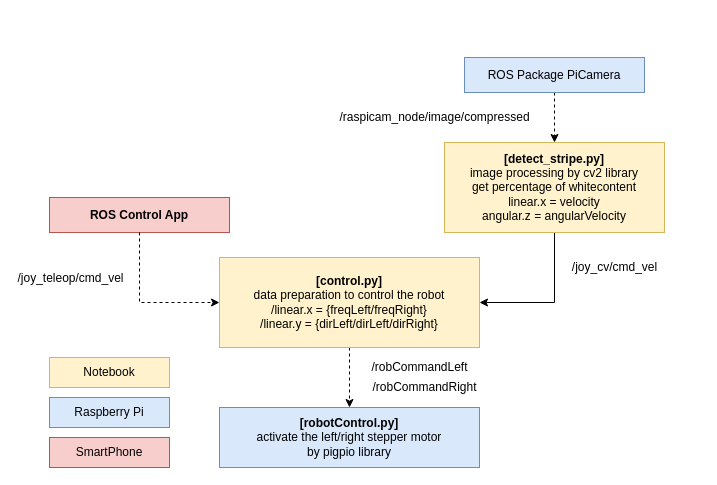
Earlier version of the draw.io diagram concept.drawio (u64c/robot_control). Source tidied: cells renumbered, new cells numbered last; positions are measured from the earlier drawing's top-left corner, leaving out a move shared by most shapes. Both pictures are drawn from the tidied source at 100%, with x=0, y=0 at pixel (49, 57).
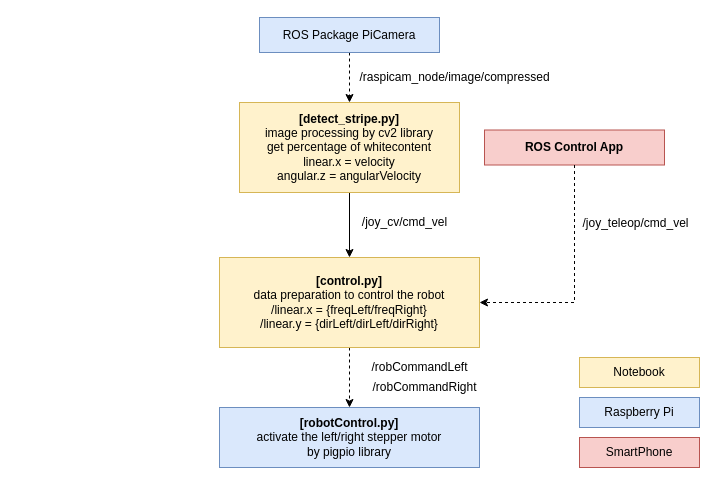
The same diagram, later.

What changed in the source:
```diff
@@
 <mxGraphModel>
   <root>
     <mxCell id="0" />
     <mxCell id="1" parent="0" />
     <mxCell id="2" value="&lt;b&gt;ROS Control App&lt;/b&gt;" style="rounded=0;whiteSpace=wrap;html=1;fillColor=#f8cecc;strokeColor=#b85450;" parent="1" vertex="1">
-      <mxGeometry y="140" width="180" height="35" as="geometry" />
+      <mxGeometry x="435" y="72.5" width="180" height="35" as="geometry" />
     </mxCell>
-    <mxCell id="3" style="edgeStyle=orthogonalEdgeStyle;rounded=0;jettySize=auto;html=1;entryX=1;entryY=0.5;entryDx=0;entryDy=0;" parent="1" edge="1" source="4" target="8">
+    <mxCell id="3" style="edgeStyle=orthogonalEdgeStyle;rounded=0;jettySize=auto;html=1;" parent="1" edge="1" source="4" target="8">
       <mxGeometry relative="1" as="geometry" />
     </mxCell>
     <mxCell id="4" value="&lt;div&gt;&lt;b&gt;[detect_stripe.py]&lt;/b&gt;&lt;/div&gt;&lt;div&gt;image processing by cv2 library&lt;br&gt;get percentage of whitecontent&lt;br&gt;&lt;/div&gt;&lt;div&gt;linear.x = velocity&lt;br&gt;angular.z = angularVelocity&lt;/div&gt;" style="rounded=0;whiteSpace=wrap;html=1;fillColor=#fff2cc;strokeColor=#d6b656;" parent="1" vertex="1">
-      <mxGeometry x="395" y="85" width="220" height="90" as="geometry" />
+      <mxGeometry x="190" y="45" width="220" height="90" as="geometry" />
     </mxCell>
-    <mxCell id="5" style="edgeStyle=orthogonalEdgeStyle;rounded=0;jettySize=auto;html=1;entryX=0;entryY=0.5;entryDx=0;entryDy=0;dashed=1;" parent="1" edge="1" source="2" target="8">
+    <mxCell id="5" style="edgeStyle=orthogonalEdgeStyle;rounded=0;jettySize=auto;html=1;entryX=1;entryY=0.5;entryDx=0;entryDy=0;dashed=1;exitX=0.5;exitY=1;exitDx=0;exitDy=0;" parent="1" edge="1" source="2" target="8">
       <mxGeometry relative="1" as="geometry" />
     </mxCell>
     <mxCell id="6" value="/joy_teleop/cmd_vel" style="text;html=1;align=center;verticalAlign=middle;labelBackgroundColor=#ffffff;" parent="5" vertex="1">
       <mxGeometry x="-0.28" y="1" relative="1" as="geometry">
-        <mxPoint x="-71" y="-8.8" as="offset" />
+        <mxPoint x="59" y="-26" as="offset" />
       </mxGeometry>
     </mxCell>
     <mxCell id="7" style="edgeStyle=orthogonalEdgeStyle;rounded=0;jettySize=auto;html=1;dashed=1;" parent="1" edge="1" source="8" target="9">
       <mxGeometry relative="1" as="geometry" />
     </mxCell>
     <mxCell id="8" value="&lt;div&gt;&lt;b&gt;[control.py]&lt;/b&gt;&lt;/div&gt;&lt;div&gt;data preparation to control the robot&lt;br&gt;/linear.x = {freqLeft/freqRight}&lt;br&gt;/linear.y = {dirLeft/dirLeft/dirRight}&lt;br&gt;&lt;/div&gt;" style="rounded=0;whiteSpace=wrap;html=1;fillColor=#fff2cc;strokeColor=#d6b656;" parent="1" vertex="1">
       <mxGeometry x="170" y="200" width="260" height="90" as="geometry" />
     </mxCell>
     <mxCell id="9" value="&lt;div&gt;&lt;b&gt;[robotControl.py]&lt;/b&gt;&lt;/div&gt;&lt;div&gt;activate the left/right stepper motor &lt;br&gt;by pigpio library&lt;br&gt;&lt;/div&gt;" style="rounded=0;whiteSpace=wrap;html=1;fillColor=#dae8fc;strokeColor=#6c8ebf;" parent="1" vertex="1">
       <mxGeometry x="170" y="350" width="260" height="60" as="geometry" />
     </mxCell>
     <mxCell id="10" value="/joy_cv/cmd_vel" style="text;html=1;align=center;verticalAlign=middle;" parent="1" vertex="1">
-      <mxGeometry x="510" y="200" width="110" height="20" as="geometry" />
+      <mxGeometry x="300" y="155" width="110" height="20" as="geometry" />
     </mxCell>
     <mxCell id="11" value="/robCommandLeft" style="text;html=1;align=center;verticalAlign=middle;" parent="1" vertex="1">
       <mxGeometry x="305" y="300" width="130" height="20" as="geometry" />
     </mxCell>
     <mxCell id="12" value="/robCommandRight" style="text;html=1;align=center;verticalAlign=middle;" parent="1" vertex="1">
       <mxGeometry x="305" y="320" width="140" height="20" as="geometry" />
     </mxCell>
     <mxCell id="13" style="edgeStyle=orthogonalEdgeStyle;rounded=0;jettySize=auto;html=1;dashed=1;" parent="1" edge="1" source="14" target="4">
       <mxGeometry relative="1" as="geometry" />
     </mxCell>
     <mxCell id="14" value="ROS Package PiCamera" style="rounded=0;whiteSpace=wrap;html=1;fillColor=#dae8fc;strokeColor=#6c8ebf;" parent="1" vertex="1">
-      <mxGeometry x="415" width="180" height="35" as="geometry" />
+      <mxGeometry x="210" y="-40" width="180" height="35" as="geometry" />
     </mxCell>
     <mxCell id="15" value="/raspicam_node/image/compressed" style="text;html=1;align=center;verticalAlign=middle;" parent="1" vertex="1">
-      <mxGeometry x="270" y="50" width="230" height="20" as="geometry" />
+      <mxGeometry x="290" y="10" width="230" height="20" as="geometry" />
     </mxCell>
     <mxCell id="16" value="&lt;div&gt;SmartPhone&lt;/div&gt;" style="rounded=0;whiteSpace=wrap;html=1;fillColor=#f8cecc;strokeColor=#b85450;" parent="1" vertex="1">
-      <mxGeometry y="380" width="120" height="30" as="geometry" />
+      <mxGeometry x="530" y="380" width="120" height="30" as="geometry" />
     </mxCell>
     <mxCell id="17" value="&lt;div&gt;Notebook&lt;/div&gt;" style="rounded=0;whiteSpace=wrap;html=1;fillColor=#fff2cc;strokeColor=#d6b656;" parent="1" vertex="1">
-      <mxGeometry y="300" width="120" height="30" as="geometry" />
+      <mxGeometry x="530" y="300" width="120" height="30" as="geometry" />
     </mxCell>
     <mxCell id="18" value="Raspberry Pi" style="rounded=0;whiteSpace=wrap;html=1;fillColor=#dae8fc;strokeColor=#6c8ebf;" parent="1" vertex="1">
-      <mxGeometry y="340" width="120" height="30" as="geometry" />
+      <mxGeometry x="530" y="340" width="120" height="30" as="geometry" />
     </mxCell>
   </root>
 </mxGraphModel>
```
